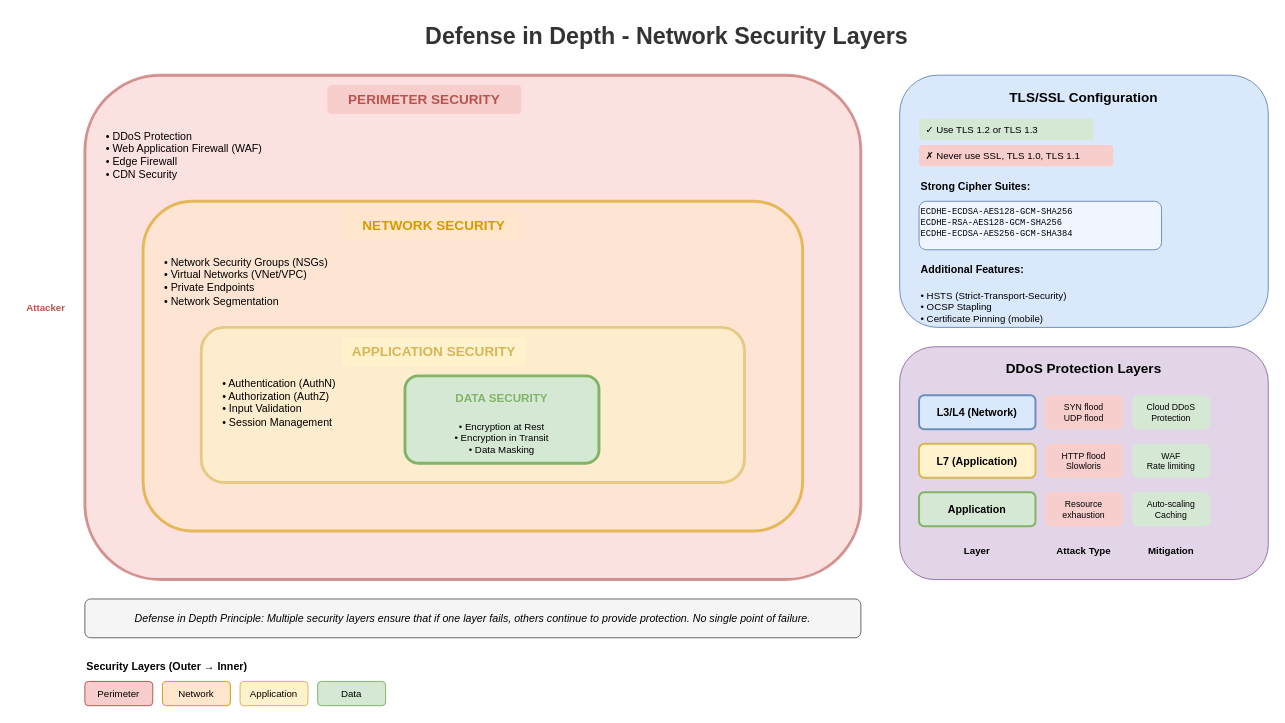
Before: lesson-06-security/diagrams/4.1-defense-in-depth.drawio in MrParkerZ7/document-lesson-software-architect-x-claude, a draw.io diagram. Source tidied: cells renumbered, new cells numbered last; positions are measured from the earlier drawing's top-left corner, leaving out a move shared by most shapes. Both pictures are drawn from the tidied source at 97%, with x=0, y=0 at pixel (16, 16).
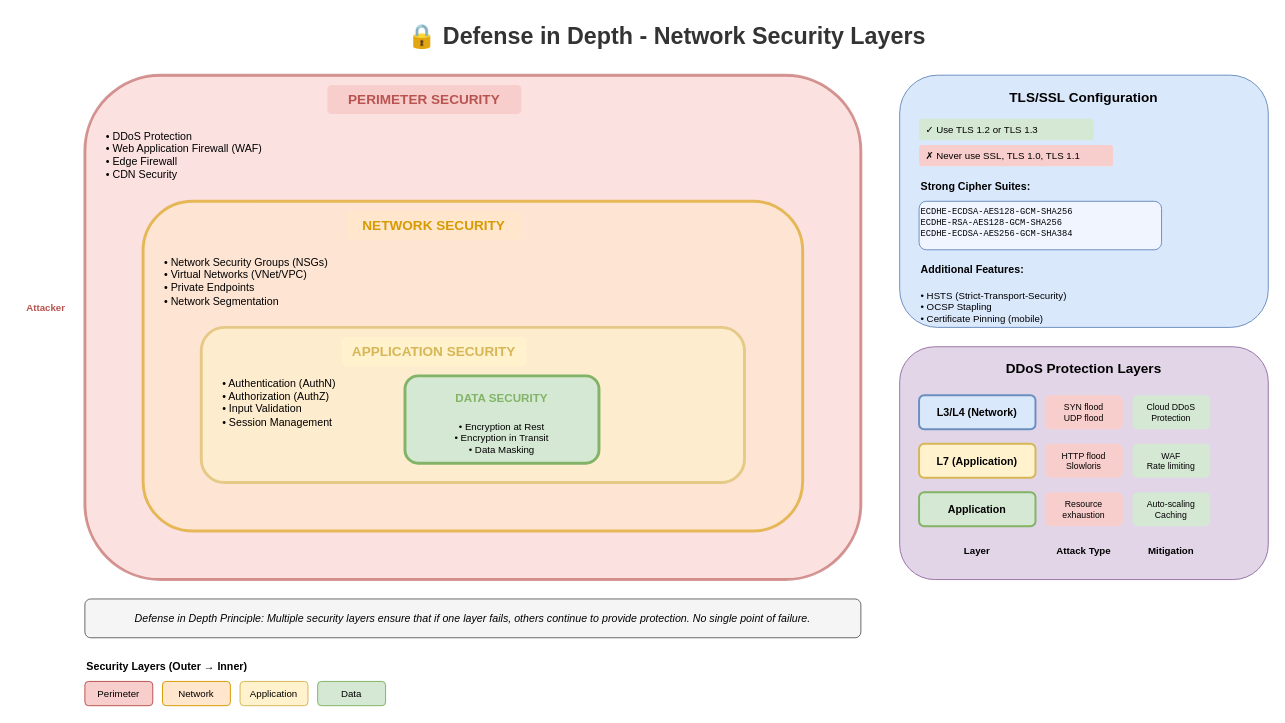
The same page after the edit.

The edit, as a diff of the source:
```diff
@@
-    <mxCell id="2" value="Defense in Depth - Network Security Layers" style="text;html=1;strokeColor=none;fillColor=none;align=center;verticalAlign=middle;whiteSpace=wrap;rounded=0;fontSize=24;fontStyle=1;fontColor=#333333;" parent="1" vertex="1">
+    <mxCell id="2" value="🔒 Defense in Depth - Network Security Layers" style="text;html=1;strokeColor=none;fillColor=none;align=center;verticalAlign=middle;whiteSpace=wrap;rounded=0;fontSize=24;fontStyle=1;fontColor=#333333;" parent="1" vertex="1">
       <mxGeometry x="320" width="700" height="40" as="geometry" />
     </mxCell>
```
